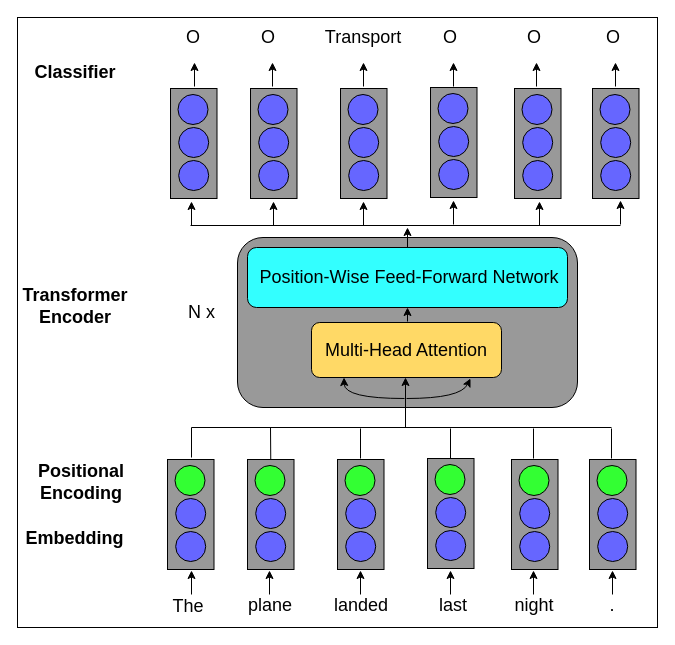
The draw.io diagram transformer network.drawio in gitofding/first_repository, before the edit. Source tidied: cells renumbered, new cells numbered last; positions are measured from the earlier drawing's top-left corner, leaving out a move shared by most shapes. Both pictures are drawn from the tidied source at 100%, with x=0, y=0 at pixel (17, 17).
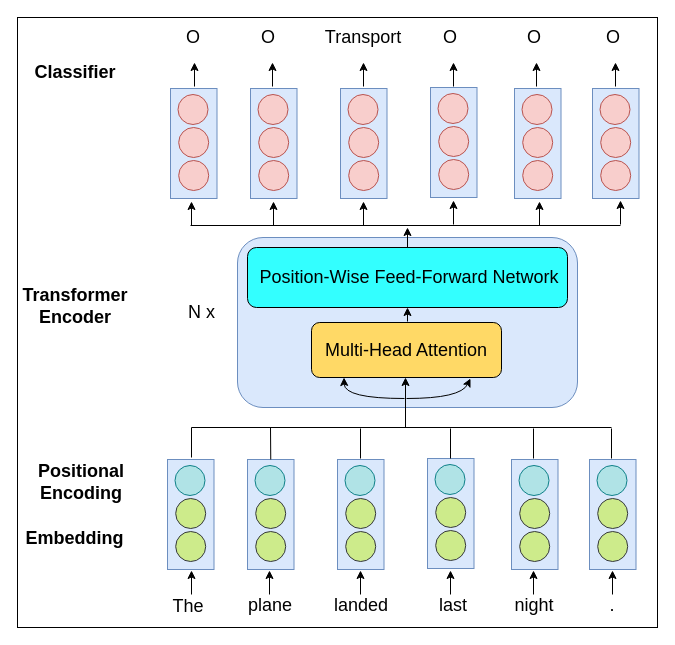
Above is the later version.

The edit, as a diff of the source:
```diff
@@
-    <mxCell id="2" style="rounded=1;whiteSpace=wrap;html=1;fillColor=#999999;" parent="1" vertex="1">
+    <mxCell id="2" style="rounded=1;whiteSpace=wrap;html=1;fillColor=#dae8fc;strokeColor=#6c8ebf;" parent="1" vertex="1">
       <mxGeometry x="220" y="220" width="340" height="170" as="geometry" />
     </mxCell>
-    <mxCell id="3" style="rounded=0;whiteSpace=wrap;html=1;fillColor=#999999;" parent="1" vertex="1">
+    <mxCell id="3" style="rounded=0;whiteSpace=wrap;html=1;fillColor=#dae8fc;strokeColor=#6c8ebf;" parent="1" vertex="1">
       <mxGeometry x="153" y="71" width="46.5" height="110" as="geometry" />
     </mxCell>
-    <mxCell id="4" style="ellipse;whiteSpace=wrap;html=1;strokeColor=#000000;fillColor=#6666FF;" parent="1" vertex="1">
+    <mxCell id="4" style="ellipse;whiteSpace=wrap;html=1;strokeColor=#b85450;fillColor=#f8cecc;" parent="1" vertex="1">
       <mxGeometry x="160.5" y="77" width="30" height="30" as="geometry" />
     </mxCell>
-    <mxCell id="5" style="ellipse;whiteSpace=wrap;html=1;strokeColor=#000000;fillColor=#6666FF;" parent="1" vertex="1">
+    <mxCell id="5" style="ellipse;whiteSpace=wrap;html=1;strokeColor=#b85450;fillColor=#f8cecc;" parent="1" vertex="1">
       <mxGeometry x="161.2" y="110" width="30" height="30" as="geometry" />
     </mxCell>
-    <mxCell id="6" style="ellipse;whiteSpace=wrap;html=1;strokeColor=#000000;fillColor=#6666FF;" parent="1" vertex="1">
+    <mxCell id="6" style="ellipse;whiteSpace=wrap;html=1;strokeColor=#b85450;fillColor=#f8cecc;" parent="1" vertex="1">
       <mxGeometry x="161.2" y="143" width="30" height="30" as="geometry" />
     </mxCell>
-    <mxCell id="7" style="rounded=0;whiteSpace=wrap;html=1;fillColor=#999999;" parent="1" vertex="1">
+    <mxCell id="7" style="rounded=0;whiteSpace=wrap;html=1;fillColor=#dae8fc;strokeColor=#6c8ebf;" parent="1" vertex="1">
       <mxGeometry x="233" y="71" width="46.5" height="110" as="geometry" />
     </mxCell>
-    <mxCell id="8" style="ellipse;whiteSpace=wrap;html=1;strokeColor=#000000;fillColor=#6666FF;" parent="1" vertex="1">
+    <mxCell id="8" style="ellipse;whiteSpace=wrap;html=1;strokeColor=#b85450;fillColor=#f8cecc;" parent="1" vertex="1">
       <mxGeometry x="240.5" y="77" width="30" height="30" as="geometry" />
     </mxCell>
-    <mxCell id="9" style="ellipse;whiteSpace=wrap;html=1;strokeColor=#000000;fillColor=#6666FF;" parent="1" vertex="1">
+    <mxCell id="9" style="ellipse;whiteSpace=wrap;html=1;strokeColor=#b85450;fillColor=#f8cecc;" parent="1" vertex="1">
       <mxGeometry x="241.2" y="110" width="30" height="30" as="geometry" />
     </mxCell>
-    <mxCell id="10" style="ellipse;whiteSpace=wrap;html=1;strokeColor=#000000;fillColor=#6666FF;" parent="1" vertex="1">
+    <mxCell id="10" style="ellipse;whiteSpace=wrap;html=1;strokeColor=#b85450;fillColor=#f8cecc;" parent="1" vertex="1">
       <mxGeometry x="241.2" y="143" width="30" height="30" as="geometry" />
     </mxCell>
-    <mxCell id="11" style="rounded=0;whiteSpace=wrap;html=1;fillColor=#999999;" parent="1" vertex="1">
+    <mxCell id="11" style="rounded=0;whiteSpace=wrap;html=1;fillColor=#dae8fc;strokeColor=#6c8ebf;" parent="1" vertex="1">
       <mxGeometry x="323" y="71" width="46.5" height="110" as="geometry" />
     </mxCell>
-    <mxCell id="12" style="ellipse;whiteSpace=wrap;html=1;strokeColor=#000000;fillColor=#6666FF;" parent="1" vertex="1">
+    <mxCell id="12" style="ellipse;whiteSpace=wrap;html=1;strokeColor=#b85450;fillColor=#f8cecc;" parent="1" vertex="1">
       <mxGeometry x="330.5" y="77" width="30" height="30" as="geometry" />
     </mxCell>
-    <mxCell id="13" style="ellipse;whiteSpace=wrap;html=1;strokeColor=#000000;fillColor=#6666FF;" parent="1" vertex="1">
+    <mxCell id="13" style="ellipse;whiteSpace=wrap;html=1;strokeColor=#b85450;fillColor=#f8cecc;" parent="1" vertex="1">
       <mxGeometry x="331.2" y="110" width="30" height="30" as="geometry" />
     </mxCell>
-    <mxCell id="14" style="ellipse;whiteSpace=wrap;html=1;strokeColor=#000000;fillColor=#6666FF;" parent="1" vertex="1">
+    <mxCell id="14" style="ellipse;whiteSpace=wrap;html=1;strokeColor=#b85450;fillColor=#f8cecc;" parent="1" vertex="1">
       <mxGeometry x="331.2" y="143" width="30" height="30" as="geometry" />
     </mxCell>
-    <mxCell id="15" style="rounded=0;whiteSpace=wrap;html=1;fillColor=#999999;" parent="1" vertex="1">
+    <mxCell id="15" style="rounded=0;whiteSpace=wrap;html=1;fillColor=#dae8fc;strokeColor=#6c8ebf;" parent="1" vertex="1">
       <mxGeometry x="413" y="70" width="46.5" height="110" as="geometry" />
     </mxCell>
-    <mxCell id="16" style="ellipse;whiteSpace=wrap;html=1;strokeColor=#000000;fillColor=#6666FF;" parent="1" vertex="1">
+    <mxCell id="16" style="ellipse;whiteSpace=wrap;html=1;strokeColor=#b85450;fillColor=#f8cecc;" parent="1" vertex="1">
       <mxGeometry x="420.5" y="76" width="30" height="30" as="geometry" />
     </mxCell>
-    <mxCell id="17" style="ellipse;whiteSpace=wrap;html=1;strokeColor=#000000;fillColor=#6666FF;" parent="1" vertex="1">
+    <mxCell id="17" style="ellipse;whiteSpace=wrap;html=1;strokeColor=#b85450;fillColor=#f8cecc;" parent="1" vertex="1">
       <mxGeometry x="421.2" y="109" width="30" height="30" as="geometry" />
     </mxCell>
-    <mxCell id="18" style="ellipse;whiteSpace=wrap;html=1;strokeColor=#000000;fillColor=#6666FF;" parent="1" vertex="1">
+    <mxCell id="18" style="ellipse;whiteSpace=wrap;html=1;strokeColor=#b85450;fillColor=#f8cecc;" parent="1" vertex="1">
       <mxGeometry x="421.2" y="142" width="30" height="30" as="geometry" />
     </mxCell>
-    <mxCell id="19" style="rounded=0;whiteSpace=wrap;html=1;fillColor=#999999;" parent="1" vertex="1">
+    <mxCell id="19" style="rounded=0;whiteSpace=wrap;html=1;fillColor=#dae8fc;strokeColor=#6c8ebf;" parent="1" vertex="1">
       <mxGeometry x="497" y="71" width="46.5" height="110" as="geometry" />
     </mxCell>
-    <mxCell id="20" style="ellipse;whiteSpace=wrap;html=1;strokeColor=#000000;fillColor=#6666FF;" parent="1" vertex="1">
+    <mxCell id="20" style="ellipse;whiteSpace=wrap;html=1;strokeColor=#b85450;fillColor=#f8cecc;" parent="1" vertex="1">
       <mxGeometry x="504.5" y="77" width="30" height="30" as="geometry" />
     </mxCell>
-    <mxCell id="21" style="ellipse;whiteSpace=wrap;html=1;strokeColor=#000000;fillColor=#6666FF;" parent="1" vertex="1">
+    <mxCell id="21" style="ellipse;whiteSpace=wrap;html=1;strokeColor=#b85450;fillColor=#f8cecc;" parent="1" vertex="1">
       <mxGeometry x="505.2" y="110" width="30" height="30" as="geometry" />
     </mxCell>
-    <mxCell id="22" style="ellipse;whiteSpace=wrap;html=1;strokeColor=#000000;fillColor=#6666FF;" parent="1" vertex="1">
+    <mxCell id="22" style="ellipse;whiteSpace=wrap;html=1;strokeColor=#b85450;fillColor=#f8cecc;" parent="1" vertex="1">
       <mxGeometry x="505.2" y="143" width="30" height="30" as="geometry" />
     </mxCell>
-    <mxCell id="23" style="rounded=0;whiteSpace=wrap;html=1;fillColor=#999999;" parent="1" vertex="1">
+    <mxCell id="23" style="rounded=0;whiteSpace=wrap;html=1;fillColor=#dae8fc;strokeColor=#6c8ebf;" parent="1" vertex="1">
       <mxGeometry x="575" y="71" width="46.5" height="110" as="geometry" />
     </mxCell>
-    <mxCell id="24" style="ellipse;whiteSpace=wrap;html=1;strokeColor=#000000;fillColor=#6666FF;" parent="1" vertex="1">
+    <mxCell id="24" style="ellipse;whiteSpace=wrap;html=1;strokeColor=#b85450;fillColor=#f8cecc;" parent="1" vertex="1">
       <mxGeometry x="582.5" y="77" width="30" height="30" as="geometry" />
     </mxCell>
-    <mxCell id="25" style="ellipse;whiteSpace=wrap;html=1;strokeColor=#000000;fillColor=#6666FF;" parent="1" vertex="1">
+    <mxCell id="25" style="ellipse;whiteSpace=wrap;html=1;strokeColor=#b85450;fillColor=#f8cecc;" parent="1" vertex="1">
       <mxGeometry x="583.2" y="110" width="30" height="30" as="geometry" />
     </mxCell>
-    <mxCell id="26" style="ellipse;whiteSpace=wrap;html=1;strokeColor=#000000;fillColor=#6666FF;" parent="1" vertex="1">
+    <mxCell id="26" style="ellipse;whiteSpace=wrap;html=1;strokeColor=#b85450;fillColor=#f8cecc;" parent="1" vertex="1">
       <mxGeometry x="583.2" y="143" width="30" height="30" as="geometry" />
     </mxCell>
@@
-    <mxCell id="60" style="rounded=0;whiteSpace=wrap;html=1;fillColor=none;" parent="1" vertex="1">
+    <mxCell id="60" style="rounded=0;whiteSpace=wrap;html=1;fillColor=none;strokeWidth=1;" parent="1" vertex="1">
       <mxGeometry width="640" height="610" as="geometry" />
     </mxCell>
@@
-    <mxCell id="65" style="rounded=0;whiteSpace=wrap;html=1;fillColor=#999999;" parent="1" vertex="1">
+    <mxCell id="65" style="rounded=0;whiteSpace=wrap;html=1;fillColor=#dae8fc;strokeColor=#6c8ebf;" parent="1" vertex="1">
       <mxGeometry x="150" y="442" width="46.5" height="110" as="geometry" />
     </mxCell>
-    <mxCell id="66" style="ellipse;whiteSpace=wrap;html=1;strokeColor=#000000;fillColor=#33FF33;" parent="1" vertex="1">
+    <mxCell id="66" style="ellipse;whiteSpace=wrap;html=1;strokeColor=#0e8088;fillColor=#b0e3e6;" parent="1" vertex="1">
       <mxGeometry x="157.5" y="448" width="30" height="30" as="geometry" />
     </mxCell>
-    <mxCell id="67" style="ellipse;whiteSpace=wrap;html=1;strokeColor=#000000;fillColor=#6666FF;" parent="1" vertex="1">
+    <mxCell id="67" style="ellipse;whiteSpace=wrap;html=1;strokeColor=#36393d;fillColor=#cdeb8b;" parent="1" vertex="1">
       <mxGeometry x="158.2" y="481" width="30" height="30" as="geometry" />
     </mxCell>
-    <mxCell id="68" style="ellipse;whiteSpace=wrap;html=1;strokeColor=#000000;fillColor=#6666FF;" parent="1" vertex="1">
+    <mxCell id="68" style="ellipse;whiteSpace=wrap;html=1;strokeColor=#36393d;fillColor=#cdeb8b;" parent="1" vertex="1">
       <mxGeometry x="158.2" y="514" width="30" height="30" as="geometry" />
     </mxCell>
-    <mxCell id="69" style="rounded=0;whiteSpace=wrap;html=1;fillColor=#999999;" parent="1" vertex="1">
+    <mxCell id="69" style="rounded=0;whiteSpace=wrap;html=1;fillColor=#dae8fc;strokeColor=#6c8ebf;" parent="1" vertex="1">
       <mxGeometry x="230" y="442" width="46.5" height="110" as="geometry" />
     </mxCell>
-    <mxCell id="70" style="ellipse;whiteSpace=wrap;html=1;strokeColor=#000000;fillColor=#33FF33;" parent="1" vertex="1">
+    <mxCell id="70" style="ellipse;whiteSpace=wrap;html=1;strokeColor=#0e8088;fillColor=#b0e3e6;" parent="1" vertex="1">
       <mxGeometry x="237.5" y="448" width="30" height="30" as="geometry" />
     </mxCell>
-    <mxCell id="71" style="ellipse;whiteSpace=wrap;html=1;strokeColor=#000000;fillColor=#6666FF;" parent="1" vertex="1">
+    <mxCell id="71" style="ellipse;whiteSpace=wrap;html=1;strokeColor=#36393d;fillColor=#cdeb8b;" parent="1" vertex="1">
       <mxGeometry x="238.2" y="481" width="30" height="30" as="geometry" />
     </mxCell>
-    <mxCell id="72" style="ellipse;whiteSpace=wrap;html=1;strokeColor=#000000;fillColor=#6666FF;" parent="1" vertex="1">
+    <mxCell id="72" style="ellipse;whiteSpace=wrap;html=1;strokeColor=#36393d;fillColor=#cdeb8b;" parent="1" vertex="1">
       <mxGeometry x="238.2" y="514" width="30" height="30" as="geometry" />
     </mxCell>
-    <mxCell id="73" style="rounded=0;whiteSpace=wrap;html=1;fillColor=#999999;" parent="1" vertex="1">
+    <mxCell id="73" style="rounded=0;whiteSpace=wrap;html=1;fillColor=#dae8fc;strokeColor=#6c8ebf;" parent="1" vertex="1">
       <mxGeometry x="320" y="442" width="46.5" height="110" as="geometry" />
     </mxCell>
-    <mxCell id="74" style="ellipse;whiteSpace=wrap;html=1;strokeColor=#000000;fillColor=#33FF33;" parent="1" vertex="1">
+    <mxCell id="74" style="ellipse;whiteSpace=wrap;html=1;strokeColor=#0e8088;fillColor=#b0e3e6;" parent="1" vertex="1">
       <mxGeometry x="327.5" y="448" width="30" height="30" as="geometry" />
     </mxCell>
-    <mxCell id="75" style="ellipse;whiteSpace=wrap;html=1;strokeColor=#000000;fillColor=#6666FF;" parent="1" vertex="1">
+    <mxCell id="75" style="ellipse;whiteSpace=wrap;html=1;strokeColor=#36393d;fillColor=#cdeb8b;" parent="1" vertex="1">
       <mxGeometry x="328.2" y="481" width="30" height="30" as="geometry" />
     </mxCell>
-    <mxCell id="76" style="ellipse;whiteSpace=wrap;html=1;strokeColor=#000000;fillColor=#6666FF;" parent="1" vertex="1">
+    <mxCell id="76" style="ellipse;whiteSpace=wrap;html=1;strokeColor=#36393d;fillColor=#cdeb8b;" parent="1" vertex="1">
       <mxGeometry x="328.2" y="514" width="30" height="30" as="geometry" />
     </mxCell>
-    <mxCell id="77" style="rounded=0;whiteSpace=wrap;html=1;fillColor=#999999;" parent="1" vertex="1">
+    <mxCell id="77" style="rounded=0;whiteSpace=wrap;html=1;fillColor=#dae8fc;strokeColor=#6c8ebf;" parent="1" vertex="1">
       <mxGeometry x="410" y="441" width="46.5" height="110" as="geometry" />
     </mxCell>
-    <mxCell id="78" style="ellipse;whiteSpace=wrap;html=1;strokeColor=#000000;fillColor=#33FF33;" parent="1" vertex="1">
+    <mxCell id="78" style="ellipse;whiteSpace=wrap;html=1;strokeColor=#0e8088;fillColor=#b0e3e6;" parent="1" vertex="1">
       <mxGeometry x="417.5" y="447" width="30" height="30" as="geometry" />
     </mxCell>
-    <mxCell id="79" style="ellipse;whiteSpace=wrap;html=1;strokeColor=#000000;fillColor=#6666FF;" parent="1" vertex="1">
+    <mxCell id="79" style="ellipse;whiteSpace=wrap;html=1;strokeColor=#36393d;fillColor=#cdeb8b;" parent="1" vertex="1">
       <mxGeometry x="418.2" y="480" width="30" height="30" as="geometry" />
     </mxCell>
-    <mxCell id="80" style="ellipse;whiteSpace=wrap;html=1;strokeColor=#000000;fillColor=#6666FF;" parent="1" vertex="1">
+    <mxCell id="80" style="ellipse;whiteSpace=wrap;html=1;strokeColor=#36393d;fillColor=#cdeb8b;" parent="1" vertex="1">
       <mxGeometry x="418.2" y="513" width="30" height="30" as="geometry" />
     </mxCell>
-    <mxCell id="81" style="rounded=0;whiteSpace=wrap;html=1;fillColor=#999999;" parent="1" vertex="1">
+    <mxCell id="81" style="rounded=0;whiteSpace=wrap;html=1;fillColor=#dae8fc;strokeColor=#6c8ebf;" parent="1" vertex="1">
       <mxGeometry x="494" y="442" width="46.5" height="110" as="geometry" />
     </mxCell>
-    <mxCell id="82" style="ellipse;whiteSpace=wrap;html=1;strokeColor=#000000;fillColor=#33FF33;" parent="1" vertex="1">
+    <mxCell id="82" style="ellipse;whiteSpace=wrap;html=1;strokeColor=#0e8088;fillColor=#b0e3e6;" parent="1" vertex="1">
       <mxGeometry x="501.5" y="448" width="30" height="30" as="geometry" />
     </mxCell>
-    <mxCell id="83" style="ellipse;whiteSpace=wrap;html=1;strokeColor=#000000;fillColor=#6666FF;" parent="1" vertex="1">
+    <mxCell id="83" style="ellipse;whiteSpace=wrap;html=1;strokeColor=#36393d;fillColor=#cdeb8b;" parent="1" vertex="1">
       <mxGeometry x="502.2" y="481" width="30" height="30" as="geometry" />
     </mxCell>
-    <mxCell id="84" style="ellipse;whiteSpace=wrap;html=1;strokeColor=#000000;fillColor=#6666FF;" parent="1" vertex="1">
+    <mxCell id="84" style="ellipse;whiteSpace=wrap;html=1;strokeColor=#36393d;fillColor=#cdeb8b;" parent="1" vertex="1">
       <mxGeometry x="502.2" y="514" width="30" height="30" as="geometry" />
     </mxCell>
-    <mxCell id="85" style="rounded=0;whiteSpace=wrap;html=1;fillColor=#999999;" parent="1" vertex="1">
+    <mxCell id="85" style="rounded=0;whiteSpace=wrap;html=1;fillColor=#dae8fc;strokeColor=#6c8ebf;" parent="1" vertex="1">
       <mxGeometry x="572" y="442" width="46.5" height="110" as="geometry" />
     </mxCell>
-    <mxCell id="86" style="ellipse;whiteSpace=wrap;html=1;strokeColor=#000000;fillColor=#33FF33;" parent="1" vertex="1">
+    <mxCell id="86" style="ellipse;whiteSpace=wrap;html=1;strokeColor=#0e8088;fillColor=#b0e3e6;" parent="1" vertex="1">
       <mxGeometry x="579.5" y="448" width="30" height="30" as="geometry" />
     </mxCell>
-    <mxCell id="87" style="ellipse;whiteSpace=wrap;html=1;strokeColor=#000000;fillColor=#6666FF;" parent="1" vertex="1">
+    <mxCell id="87" style="ellipse;whiteSpace=wrap;html=1;strokeColor=#36393d;fillColor=#cdeb8b;" parent="1" vertex="1">
       <mxGeometry x="580.2" y="481" width="30" height="30" as="geometry" />
     </mxCell>
-    <mxCell id="88" style="ellipse;whiteSpace=wrap;html=1;strokeColor=#000000;fillColor=#6666FF;" parent="1" vertex="1">
+    <mxCell id="88" style="ellipse;whiteSpace=wrap;html=1;strokeColor=#36393d;fillColor=#cdeb8b;" parent="1" vertex="1">
       <mxGeometry x="580.2" y="514" width="30" height="30" as="geometry" />
     </mxCell>
```
